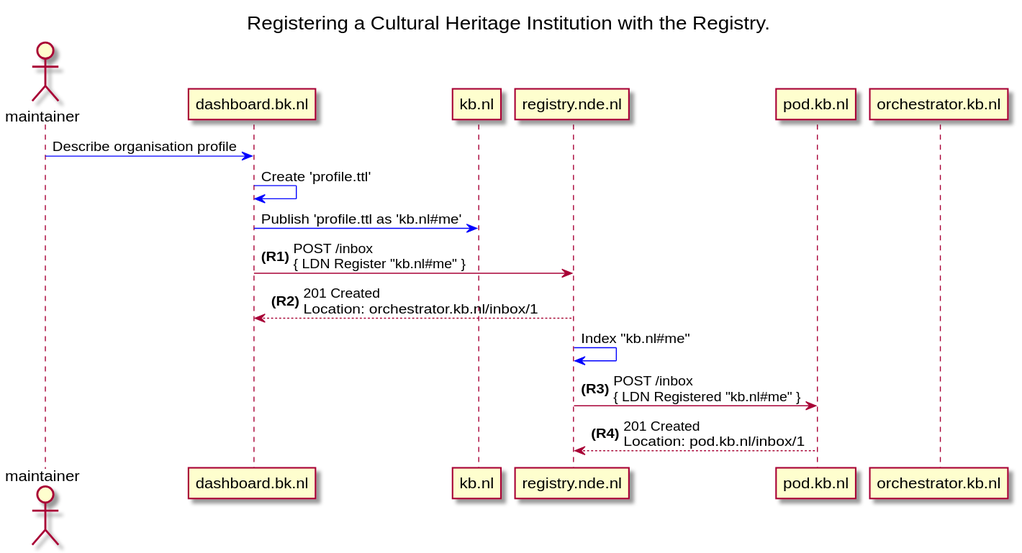
Above: out/new-organisation-registry/new-organisation-registry.svg in mielvds/erfgoedpod-sequences (PlantUML), before the change.
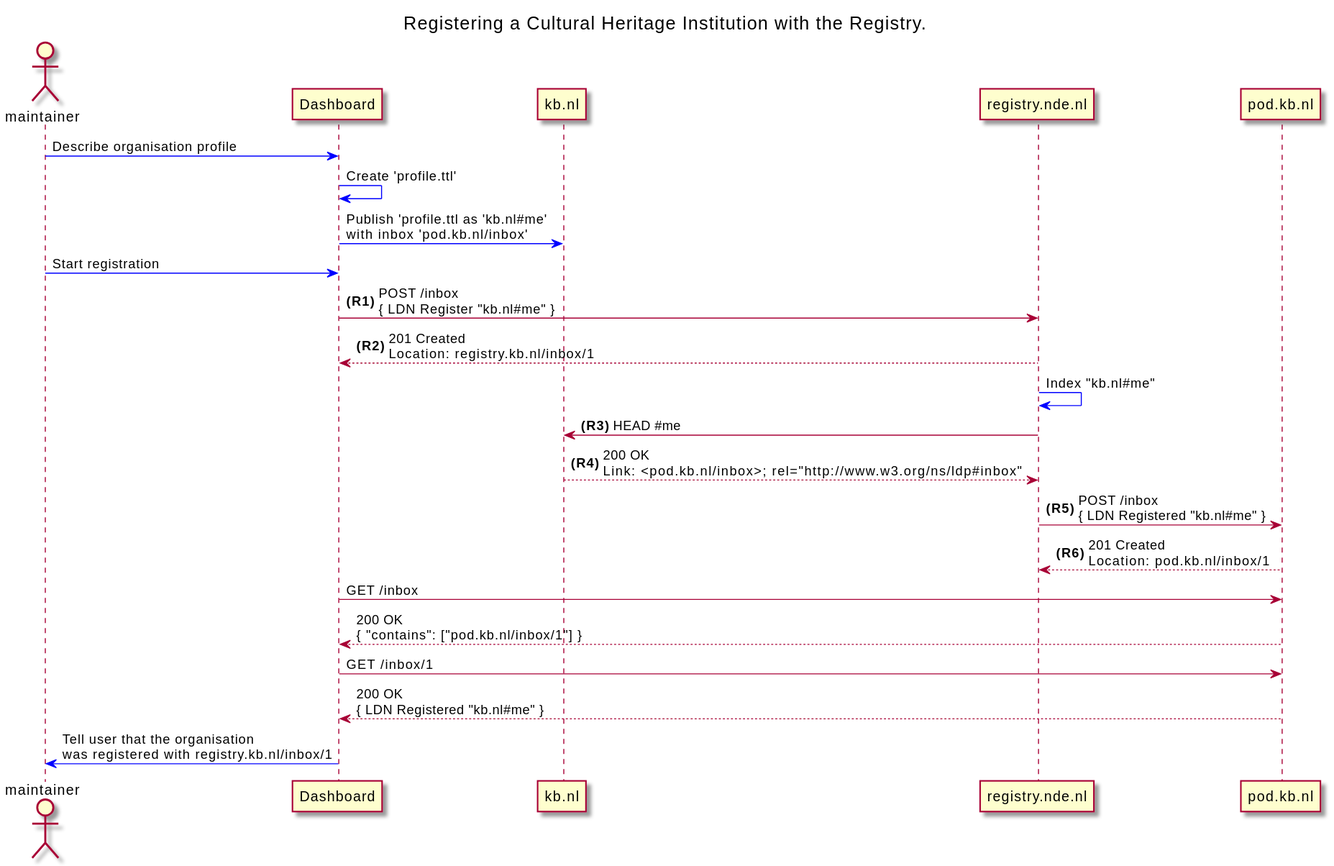
The same diagram one commit later.

Diff of the diagram source:
```diff
@@ -5,28 +5,39 @@
 end title
 
 autonumber "<b>(R0)"
-actor maintainer as Maintainer
-participant dashboard.bk.nl as D
+actor maintainer as M
+participant Dashboard as D
 participant kb.nl as WS
 participant registry.nde.nl as R
 participant pod.kb.nl as Pod
-participant orchestrator.kb.nl as O
 
 autonumber stop
-Maintainer -[#0000FF]> D: Describe organisation profile
+M -[#0000FF]> D: Describe organisation profile
 D -[#0000FF]> D: Create 'profile.ttl'
-D -[#0000FF]> WS: Publish 'profile.ttl as 'kb.nl#me'
+D -[#0000FF]> WS: Publish 'profile.ttl as 'kb.nl#me'\nwith inbox 'pod.kb.nl/inbox'
 
+M -[#0000FF]> D: Start registration
 autonumber resume
-D -> R: POST /inbox\n{ LDN Register "kb.nl#me" }
-D <-- R: 201 Created\nLocation: orchestrator.kb.nl/inbox/1
+D -> R: POST /inbox\n{ LDN Register "kb.nl#me"  }
+D <-- R: 201 Created\nLocation: registry.kb.nl/inbox/1
 
 autonumber stop
 R -[#0000FF]> R: Index "kb.nl#me"
 
 autonumber resume
+R -> WS: HEAD #me
+R <-- WS: 200 OK\nLink: <pod.kb.nl/inbox>; rel="http://www.w3.org/ns/ldp#inbox"
+
 R -> Pod: POST /inbox\n{ LDN Registered "kb.nl#me" }
 R <-- Pod: 201 Created\nLocation: pod.kb.nl/inbox/1
 
+autonumber stop
+D -> Pod: GET /inbox
+D <-- Pod: 200 OK\n{ "contains": ["pod.kb.nl/inbox/1"] }
+
+D -> Pod: GET /inbox/1
+D <-- Pod: 200 OK\n{ LDN Registered "kb.nl#me" }
+D -[#0000FF]> M: Tell user that the organisation\nwas registered with registry.kb.nl/inbox/1
+
 
 @enduml
```
